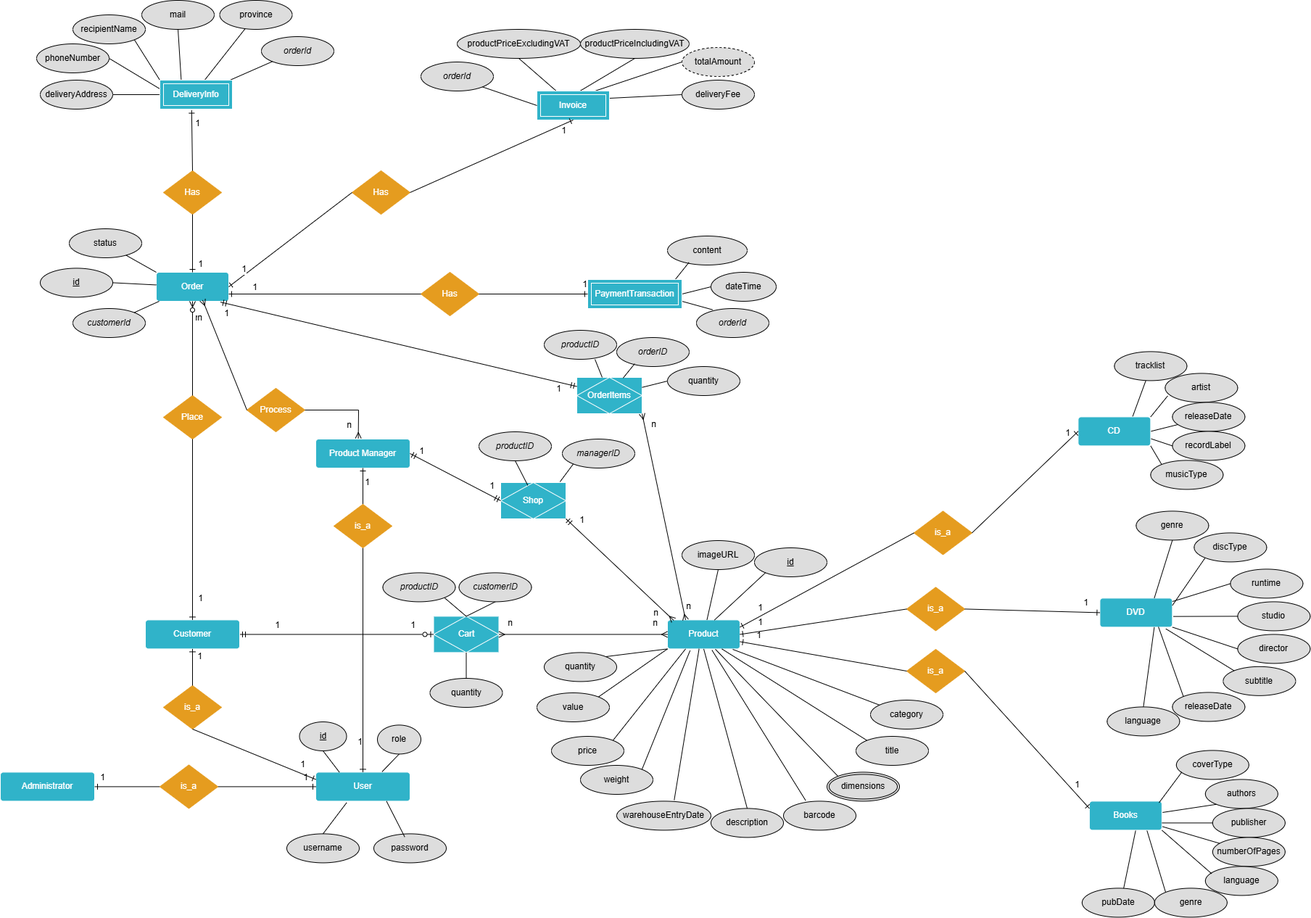
StrongDZ/ISD.ICT.20242-07 keeps this draw.io diagram as Database Design/Entity Relationship Diagram/AIMS ERD.drawio.png. Above is the earlier version. Source tidied: cells renumbered, new cells last; positions are measured from the earlier drawing's top-left corner, leaving out a move shared by most shapes.
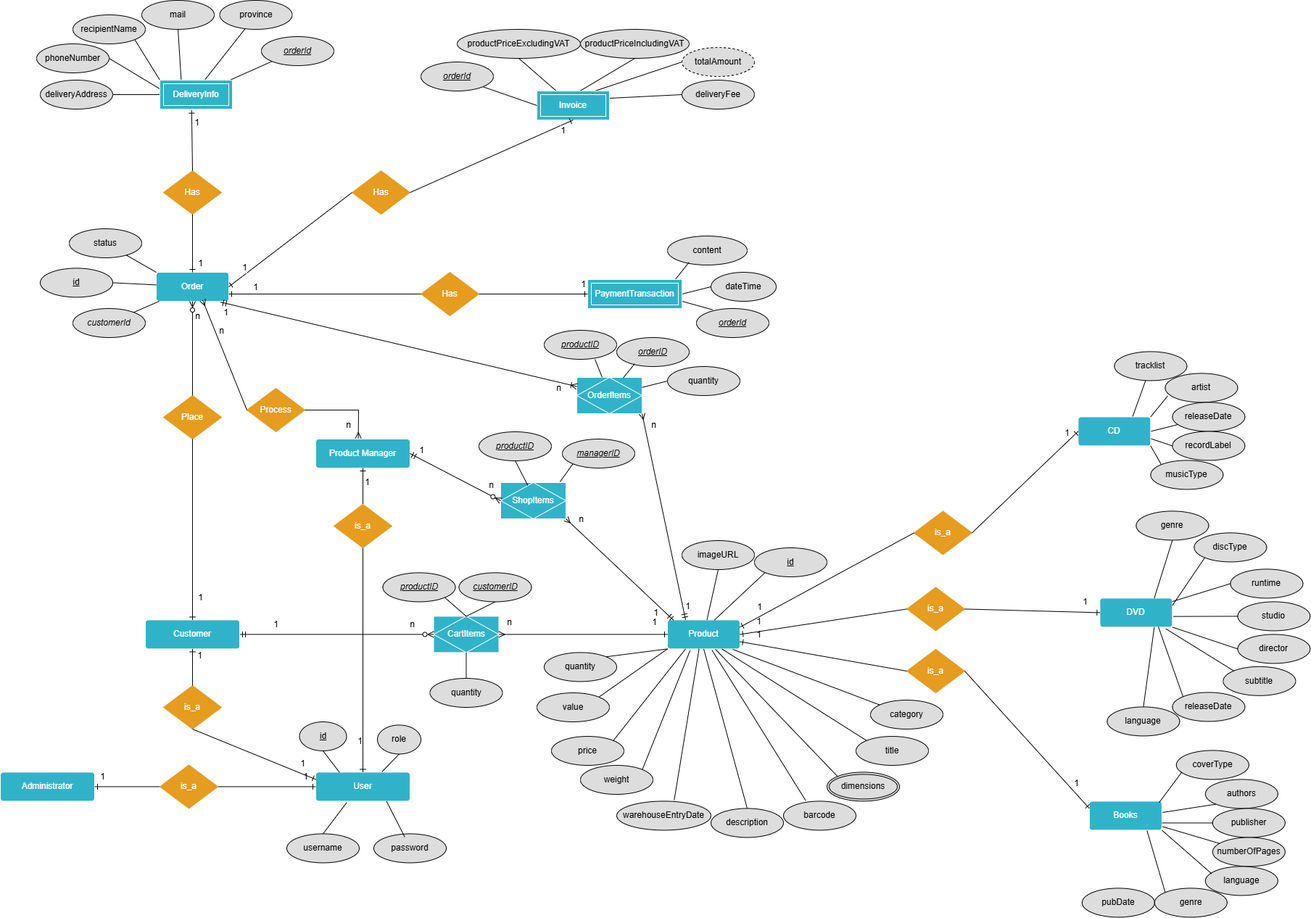
After the commit.

Commit message:
Entity Relationship Diagram

Diff of the diagram source:
```diff
@@ -32,9 +32,6 @@
     <mxCell id="11" style="edgeStyle=none;rounded=0;jettySize=auto;html=1;exitX=0.794;exitY=1.008;exitDx=0;exitDy=0;entryX=0;entryY=0;entryDx=0;entryDy=0;endArrow=none;startFill=0;exitPerimeter=0;" parent="1" edge="1" source="13" target="56">
       <mxGeometry relative="1" as="geometry" />
     </mxCell>
-    <mxCell id="12" style="edgeStyle=none;rounded=0;jettySize=auto;html=1;exitX=0.643;exitY=0.954;exitDx=0;exitDy=0;entryX=0.571;entryY=0.028;entryDx=0;entryDy=0;endArrow=none;startFill=0;entryPerimeter=0;exitPerimeter=0;" parent="1" edge="1" source="13" target="53">
-      <mxGeometry relative="1" as="geometry" />
-    </mxCell>
     <mxCell id="13" value="Books" style="rounded=1;arcSize=10;whiteSpace=wrap;html=1;align=center;strokeColor=#FFFFFF;fillColor=#30B3C9;fontColor=light-dark(#ffffff, #ededed);" parent="1" vertex="1">
       <mxGeometry x="1501.9" y="1104.4" width="100" height="40" as="geometry" />
     </mxCell>
@@ -205,7 +202,7 @@
     <mxCell id="68" value="province" style="ellipse;whiteSpace=wrap;html=1;align=center;fillColor=#DDDDDD;strokeColor=#000000;" parent="1" vertex="1">
       <mxGeometry x="302.5" width="100" height="40" as="geometry" />
     </mxCell>
-    <mxCell id="69" value="orderId" style="ellipse;whiteSpace=wrap;html=1;align=center;fillColor=#DDDDDD;strokeColor=#000000;fontStyle=2;" parent="1" vertex="1">
+    <mxCell id="69" value="orderId" style="ellipse;whiteSpace=wrap;html=1;align=center;fillColor=#DDDDDD;strokeColor=#000000;fontStyle=6;" parent="1" vertex="1">
       <mxGeometry x="360" y="50" width="100" height="40" as="geometry" />
     </mxCell>
     <mxCell id="70" style="edgeStyle=none;rounded=0;jettySize=auto;html=1;exitX=1;exitY=1;exitDx=0;exitDy=0;entryX=0.027;entryY=0.109;entryDx=0;entryDy=0;endArrow=none;startFill=0;entryPerimeter=0;" parent="1" edge="1" source="71" target="166">
@@ -298,7 +295,7 @@
     <mxCell id="98" value="dateTime" style="ellipse;whiteSpace=wrap;html=1;align=center;fillColor=#DDDDDD;strokeColor=#000000;" parent="1" vertex="1">
       <mxGeometry x="980" y="375" width="90" height="40" as="geometry" />
     </mxCell>
-    <mxCell id="99" value="orderId" style="ellipse;whiteSpace=wrap;html=1;align=center;fillColor=#DDDDDD;strokeColor=#000000;fontStyle=2;" parent="1" vertex="1">
+    <mxCell id="99" value="orderId" style="ellipse;whiteSpace=wrap;html=1;align=center;fillColor=#DDDDDD;strokeColor=#000000;fontStyle=6;" parent="1" vertex="1">
       <mxGeometry x="960" y="425" width="100" height="40" as="geometry" />
     </mxCell>
     <mxCell id="100" style="endArrow=none;html=1;rounded=0;entryX=0.27;entryY=0.908;entryDx=0;entryDy=0;entryPerimeter=0;exitX=0.91;exitY=0.076;exitDx=0;exitDy=0;exitPerimeter=0;" parent="1" edge="1" source="168" target="97">
@@ -310,7 +307,7 @@
     <mxCell id="102" style="endArrow=none;html=1;rounded=0;entryX=0.223;entryY=0.042;entryDx=0;entryDy=0;entryPerimeter=0;exitX=1;exitY=0.75;exitDx=0;exitDy=0;" parent="1" edge="1" source="168" target="99">
       <mxGeometry relative="1" as="geometry" />
     </mxCell>
-    <mxCell id="103" value="Cart" style="shape=associativeEntity;whiteSpace=wrap;html=1;align=center;strokeColor=#FFFFFF;fillColor=#30B3C9;fontColor=light-dark(#ffffff, #ededed);" parent="1" vertex="1">
+    <mxCell id="103" value="CartItems" style="shape=associativeEntity;whiteSpace=wrap;html=1;align=center;strokeColor=#FFFFFF;fillColor=#30B3C9;fontColor=light-dark(#ffffff, #ededed);" parent="1" vertex="1">
       <mxGeometry x="597.5" y="849.4" width="90" height="50" as="geometry" />
     </mxCell>
     <mxCell id="104" value="password" style="ellipse;whiteSpace=wrap;html=1;align=center;fillColor=#DDDDDD;strokeColor=#000000;" parent="1" vertex="1">
@@ -331,13 +328,13 @@
     <mxCell id="109" style="edgeStyle=none;rounded=0;jettySize=auto;html=1;exitX=1;exitY=1;exitDx=0;exitDy=0;entryX=0;entryY=0.5;entryDx=0;entryDy=0;fontFamily=Helvetica;fontSize=12;fontColor=light-dark(#ffffff, #ededed);endArrow=none;startFill=0;" parent="1" edge="1" source="110" target="108">
       <mxGeometry relative="1" as="geometry" />
     </mxCell>
-    <mxCell id="110" value="orderId" style="ellipse;whiteSpace=wrap;html=1;align=center;fillColor=#DDDDDD;strokeColor=#000000;fontStyle=2;" parent="1" vertex="1">
+    <mxCell id="110" value="orderId" style="ellipse;whiteSpace=wrap;html=1;align=center;fillColor=#DDDDDD;strokeColor=#000000;fontStyle=6;" parent="1" vertex="1">
       <mxGeometry x="580" y="85" width="100" height="40" as="geometry" />
     </mxCell>
     <mxCell id="111" style="edgeStyle=none;rounded=0;orthogonalLoop=1;jettySize=auto;html=1;exitX=0.5;exitY=1;exitDx=0;exitDy=0;fontFamily=Helvetica;fontSize=12;fontColor=light-dark(#ffffff, #ededed);" parent="1" edge="1" source="104" target="104">
       <mxGeometry relative="1" as="geometry" />
     </mxCell>
-    <mxCell id="112" style="fontSize=12;html=1;endArrow=ERzeroToOne;startArrow=ERmandOne;rounded=0;fontFamily=Helvetica;fontColor=light-dark(#ffffff, #ededed);entryX=0;entryY=0.5;entryDx=0;entryDy=0;exitX=1;exitY=0.5;exitDx=0;exitDy=0;endFill=0;" parent="1" edge="1" source="127" target="103">
+    <mxCell id="112" style="fontSize=12;html=1;endArrow=ERzeroToMany;startArrow=ERmandOne;rounded=0;fontFamily=Helvetica;fontColor=light-dark(#ffffff, #ededed);entryX=0;entryY=0.5;entryDx=0;entryDy=0;exitX=1;exitY=0.5;exitDx=0;exitDy=0;endFill=0;" parent="1" edge="1" source="127" target="103">
       <mxGeometry relative="1" as="geometry" />
     </mxCell>
     <mxCell id="113" value="1" style="edgeLabel;html=1;align=center;verticalAlign=middle;strokeColor=#FFFFFF;fontFamily=Helvetica;fontSize=12;fontColor=light-dark(#000000,#EDEDED);fillColor=#30B3C9;" parent="112" vertex="1">
@@ -345,15 +342,15 @@
         <mxPoint x="-15" y="-15" as="offset" />
       </mxGeometry>
     </mxCell>
-    <mxCell id="114" value="1" style="edgeLabel;html=1;align=center;verticalAlign=middle;strokeColor=#FFFFFF;fontFamily=Helvetica;fontSize=12;fontColor=light-dark(#000000,#EDEDED);fillColor=#30B3C9;" parent="112" vertex="1">
+    <mxCell id="114" value="n" style="edgeLabel;html=1;align=center;verticalAlign=middle;strokeColor=#FFFFFF;fontFamily=Helvetica;fontSize=12;fontColor=light-dark(#000000,#EDEDED);fillColor=#30B3C9;" parent="112" vertex="1">
       <mxGeometry x="0.78" relative="1" as="geometry">
         <mxPoint y="-14" as="offset" />
       </mxGeometry>
     </mxCell>
-    <mxCell id="115" style="fontSize=12;html=1;endArrow=ERmany;endFill=0;startArrow=ERmany;rounded=0;fontFamily=Helvetica;fontColor=light-dark(#ffffff, #ededed);startFill=0;exitX=1;exitY=0.5;exitDx=0;exitDy=0;entryX=0;entryY=0.5;entryDx=0;entryDy=0;" parent="1" edge="1" source="103" target="3">
+    <mxCell id="115" style="fontSize=12;html=1;endArrow=ERone;endFill=0;startArrow=ERmany;rounded=0;fontFamily=Helvetica;fontColor=light-dark(#ffffff, #ededed);startFill=0;exitX=1;exitY=0.5;exitDx=0;exitDy=0;entryX=0;entryY=0.5;entryDx=0;entryDy=0;" parent="1" edge="1" source="103" target="3">
       <mxGeometry relative="1" as="geometry" />
     </mxCell>
-    <mxCell id="116" value="n" style="edgeLabel;html=1;align=center;verticalAlign=middle;strokeColor=#FFFFFF;fontFamily=Helvetica;fontSize=12;fontColor=light-dark(#000000,#EDEDED);fillColor=#30B3C9;" parent="115" vertex="1">
+    <mxCell id="116" value="1" style="edgeLabel;html=1;align=center;verticalAlign=middle;strokeColor=#FFFFFF;fontFamily=Helvetica;fontSize=12;fontColor=light-dark(#000000,#EDEDED);fillColor=#30B3C9;" parent="115" vertex="1">
       <mxGeometry x="0.42" y="1" relative="1" as="geometry">
         <mxPoint x="48" y="-16" as="offset" />
       </mxGeometry>
@@ -366,13 +363,13 @@
     <mxCell id="118" style="edgeStyle=none;rounded=0;jettySize=auto;html=1;exitX=1;exitY=1;exitDx=0;exitDy=0;entryX=0.5;entryY=0;entryDx=0;entryDy=0;fontFamily=Helvetica;fontSize=12;fontColor=light-dark(#ffffff, #ededed);endArrow=none;startFill=0;" parent="1" edge="1" source="119" target="103">
       <mxGeometry relative="1" as="geometry" />
     </mxCell>
-    <mxCell id="119" value="productID" style="ellipse;whiteSpace=wrap;html=1;align=center;fillColor=#DDDDDD;strokeColor=#000000;fontStyle=2;" parent="1" vertex="1">
+    <mxCell id="119" value="productID" style="ellipse;whiteSpace=wrap;html=1;align=center;fillColor=#DDDDDD;strokeColor=#000000;fontStyle=6;" parent="1" vertex="1">
       <mxGeometry x="527.5" y="789.4" width="100" height="40" as="geometry" />
     </mxCell>
     <mxCell id="120" style="edgeStyle=none;rounded=0;jettySize=auto;html=1;exitX=0.5;exitY=1;exitDx=0;exitDy=0;entryX=0.5;entryY=0;entryDx=0;entryDy=0;fontFamily=Helvetica;fontSize=12;fontColor=light-dark(#ffffff, #ededed);endArrow=none;startFill=0;" parent="1" edge="1" source="121" target="103">
       <mxGeometry relative="1" as="geometry" />
     </mxCell>
-    <mxCell id="121" value="customerID" style="ellipse;whiteSpace=wrap;html=1;align=center;fillColor=#DDDDDD;strokeColor=#000000;fontStyle=2;" parent="1" vertex="1">
+    <mxCell id="121" value="customerID" style="ellipse;whiteSpace=wrap;html=1;align=center;fillColor=#DDDDDD;strokeColor=#000000;fontStyle=6;" parent="1" vertex="1">
       <mxGeometry x="632.5" y="789.4" width="100" height="40" as="geometry" />
     </mxCell>
     <mxCell id="122" style="edgeStyle=none;rounded=0;jettySize=auto;html=1;exitX=0.5;exitY=0;exitDx=0;exitDy=0;entryX=0.5;entryY=1;entryDx=0;entryDy=0;fontFamily=Helvetica;fontSize=12;fontColor=light-dark(#ffffff, #ededed);endArrow=none;startFill=0;" parent="1" edge="1" source="123" target="103">
@@ -588,7 +585,7 @@
     </mxCell>
     <mxCell id="179" value="n" style="edgeLabel;html=1;align=center;verticalAlign=middle;strokeColor=#FFFFFF;fontFamily=Helvetica;fontSize=12;fontColor=light-dark(#000000,#EDEDED);fillColor=#30B3C9;" parent="178" vertex="1">
       <mxGeometry x="0.78" relative="1" as="geometry">
-        <mxPoint x="-12" y="7" as="offset" />
+        <mxPoint x="19" y="25" as="offset" />
       </mxGeometry>
     </mxCell>
     <mxCell id="180" style="fontSize=12;html=1;endArrow=ERmany;startArrow=none;rounded=0;fontFamily=Helvetica;fontColor=light-dark(#ffffff, #ededed);startFill=0;endFill=0;entryX=0.451;entryY=-0.026;entryDx=0;entryDy=0;exitX=1;exitY=0.5;exitDx=0;exitDy=0;entryPerimeter=0;" parent="1" edge="1" source="177" target="128">
@@ -609,10 +606,10 @@
     <mxCell id="183" style="edgeStyle=none;rounded=0;jettySize=auto;html=1;exitX=0.7;exitY=1;exitDx=0;exitDy=0;fontFamily=Helvetica;fontSize=12;fontColor=light-dark(#ffffff, #ededed);endArrow=none;startFill=0;exitPerimeter=0;" parent="1" edge="1" source="184" target="182">
       <mxGeometry relative="1" as="geometry" />
     </mxCell>
-    <mxCell id="184" value="productID" style="ellipse;whiteSpace=wrap;html=1;align=center;fillColor=#DDDDDD;strokeColor=#000000;fontStyle=2;" parent="1" vertex="1">
+    <mxCell id="184" value="productID" style="ellipse;whiteSpace=wrap;html=1;align=center;fillColor=#DDDDDD;strokeColor=#000000;fontStyle=6;" parent="1" vertex="1">
       <mxGeometry x="750" y="455" width="100" height="40" as="geometry" />
     </mxCell>
-    <mxCell id="185" value="orderID" style="ellipse;whiteSpace=wrap;html=1;align=center;fillColor=#DDDDDD;strokeColor=#000000;fontStyle=2;" parent="1" vertex="1">
+    <mxCell id="185" value="orderID" style="ellipse;whiteSpace=wrap;html=1;align=center;fillColor=#DDDDDD;strokeColor=#000000;fontStyle=6;" parent="1" vertex="1">
       <mxGeometry x="850" y="465" width="100" height="40" as="geometry" />
     </mxCell>
     <mxCell id="186" style="edgeStyle=none;rounded=0;jettySize=auto;html=1;exitX=0;exitY=0.5;exitDx=0;exitDy=0;fontFamily=Helvetica;fontSize=12;fontColor=light-dark(#ffffff, #ededed);endArrow=none;startFill=0;" parent="1" edge="1" source="187" target="182">
@@ -624,13 +621,13 @@
     <mxCell id="188" style="edgeStyle=none;rounded=0;jettySize=auto;html=1;exitX=0.248;exitY=0.903;exitDx=0;exitDy=0;entryX=0.71;entryY=0.016;entryDx=0;entryDy=0;entryPerimeter=0;fontFamily=Helvetica;fontSize=12;fontColor=light-dark(#ffffff, #ededed);endArrow=none;startFill=0;exitPerimeter=0;" parent="1" edge="1" source="185" target="182">
       <mxGeometry relative="1" as="geometry" />
     </mxCell>
-    <mxCell id="189" value="Shop" style="shape=associativeEntity;whiteSpace=wrap;html=1;align=center;strokeColor=#FFFFFF;fillColor=#30B3C9;fontColor=light-dark(#ffffff, #ededed);" parent="1" vertex="1">
+    <mxCell id="189" value="ShopItems" style="shape=associativeEntity;whiteSpace=wrap;html=1;align=center;strokeColor=#FFFFFF;fillColor=#30B3C9;fontColor=light-dark(#ffffff, #ededed);" parent="1" vertex="1">
       <mxGeometry x="690" y="665" width="90" height="50" as="geometry" />
     </mxCell>
-    <mxCell id="190" value="productID" style="ellipse;whiteSpace=wrap;html=1;align=center;fillColor=#DDDDDD;strokeColor=#000000;fontStyle=2;" parent="1" vertex="1">
+    <mxCell id="190" value="productID" style="ellipse;whiteSpace=wrap;html=1;align=center;fillColor=#DDDDDD;strokeColor=#000000;fontStyle=6;" parent="1" vertex="1">
       <mxGeometry x="660" y="595" width="100" height="40" as="geometry" />
     </mxCell>
-    <mxCell id="191" value="managerID" style="ellipse;whiteSpace=wrap;html=1;align=center;fillColor=#DDDDDD;strokeColor=#000000;fontStyle=2;" parent="1" vertex="1">
+    <mxCell id="191" value="managerID" style="ellipse;whiteSpace=wrap;html=1;align=center;fillColor=#DDDDDD;strokeColor=#000000;fontStyle=6;" parent="1" vertex="1">
       <mxGeometry x="775" y="605" width="100" height="40" as="geometry" />
     </mxCell>
     <mxCell id="192" style="edgeStyle=none;rounded=0;jettySize=auto;html=1;entryX=0.415;entryY=0.076;entryDx=0;entryDy=0;entryPerimeter=0;fontFamily=Helvetica;fontSize=12;fontColor=light-dark(#ffffff, #ededed);endArrow=none;startFill=0;" parent="1" edge="1" target="189">
@@ -641,7 +638,7 @@
     <mxCell id="193" style="edgeStyle=none;rounded=0;jettySize=auto;html=1;exitX=0;exitY=1;exitDx=0;exitDy=0;entryX=0.909;entryY=-0.021;entryDx=0;entryDy=0;entryPerimeter=0;fontFamily=Helvetica;fontSize=12;fontColor=light-dark(#ffffff, #ededed);endArrow=none;startFill=0;" parent="1" edge="1" source="191" target="189">
       <mxGeometry relative="1" as="geometry" />
     </mxCell>
-    <mxCell id="194" style="fontSize=12;html=1;endArrow=ERmandOne;startArrow=ERmandOne;rounded=0;fontFamily=Helvetica;fontColor=light-dark(#ffffff, #ededed);entryX=0;entryY=0.5;entryDx=0;entryDy=0;exitX=1;exitY=0.5;exitDx=0;exitDy=0;endFill=0;" parent="1" edge="1" source="128" target="189">
+    <mxCell id="194" style="fontSize=12;html=1;endArrow=ERzeroToMany;startArrow=ERmandOne;rounded=0;fontFamily=Helvetica;fontColor=light-dark(#ffffff, #ededed);entryX=0;entryY=0.5;entryDx=0;entryDy=0;exitX=1;exitY=0.5;exitDx=0;exitDy=0;endFill=0;" parent="1" edge="1" source="128" target="189">
       <mxGeometry relative="1" as="geometry" />
     </mxCell>
     <mxCell id="195" value="1" style="edgeLabel;html=1;align=center;verticalAlign=middle;strokeColor=#FFFFFF;fontFamily=Helvetica;fontSize=12;fontColor=light-dark(#000000,#EDEDED);fillColor=#30B3C9;" parent="194" vertex="1">
@@ -649,25 +646,25 @@
         <mxPoint x="-15" y="-21" as="offset" />
       </mxGeometry>
     </mxCell>
-    <mxCell id="196" value="1" style="edgeLabel;html=1;align=center;verticalAlign=middle;strokeColor=#FFFFFF;fontFamily=Helvetica;fontSize=12;fontColor=light-dark(#000000,#EDEDED);fillColor=#30B3C9;" parent="194" vertex="1">
+    <mxCell id="196" value="n" style="edgeLabel;html=1;align=center;verticalAlign=middle;strokeColor=#FFFFFF;fontFamily=Helvetica;fontSize=12;fontColor=light-dark(#000000,#EDEDED);fillColor=#30B3C9;" parent="194" vertex="1">
       <mxGeometry x="0.78" relative="1" as="geometry">
         <mxPoint y="-14" as="offset" />
       </mxGeometry>
     </mxCell>
-    <mxCell id="197" style="fontSize=12;html=1;endArrow=ERmany;startArrow=ERmandOne;rounded=0;fontFamily=Helvetica;fontColor=light-dark(#000000,#EDEDED);startFill=0;endFill=0;exitX=1;exitY=1;exitDx=0;exitDy=0;entryX=0.085;entryY=0.014;entryDx=0;entryDy=0;entryPerimeter=0;" parent="1" edge="1" source="189" target="3">
+    <mxCell id="197" style="fontSize=12;html=1;endArrow=ERmandOne;startArrow=ERmany;rounded=0;fontFamily=Helvetica;fontColor=light-dark(#000000,#EDEDED);startFill=0;endFill=0;exitX=1;exitY=1;exitDx=0;exitDy=0;entryX=0.085;entryY=0.014;entryDx=0;entryDy=0;entryPerimeter=0;" parent="1" edge="1" source="189" target="3">
       <mxGeometry relative="1" as="geometry" />
     </mxCell>
-    <mxCell id="198" value="1" style="edgeLabel;html=1;align=center;verticalAlign=middle;strokeColor=#FFFFFF;fontFamily=Helvetica;fontSize=12;fontColor=light-dark(#000000,#EDEDED);fillColor=#30B3C9;" parent="197" vertex="1">
+    <mxCell id="198" value="n" style="edgeLabel;html=1;align=center;verticalAlign=middle;strokeColor=#FFFFFF;fontFamily=Helvetica;fontSize=12;fontColor=light-dark(#000000,#EDEDED);fillColor=#30B3C9;" parent="197" vertex="1">
       <mxGeometry x="-0.48" y="2" relative="1" as="geometry">
         <mxPoint x="-20" y="-35" as="offset" />
       </mxGeometry>
     </mxCell>
-    <mxCell id="199" value="n" style="edgeLabel;html=1;align=center;verticalAlign=middle;strokeColor=#FFFFFF;fontFamily=Helvetica;fontSize=12;fontColor=light-dark(#000000,#EDEDED);fillColor=#30B3C9;" parent="197" vertex="1">
+    <mxCell id="199" value="1" style="edgeLabel;html=1;align=center;verticalAlign=middle;strokeColor=#FFFFFF;fontFamily=Helvetica;fontSize=12;fontColor=light-dark(#000000,#EDEDED);fillColor=#30B3C9;" parent="197" vertex="1">
       <mxGeometry x="0.52" y="3" relative="1" as="geometry">
         <mxPoint x="8" y="25" as="offset" />
       </mxGeometry>
     </mxCell>
-    <mxCell id="200" style="fontSize=12;html=1;endArrow=ERmandOne;startArrow=ERmandOne;rounded=0;fontFamily=Helvetica;fontColor=light-dark(#ffffff, #ededed);entryX=0;entryY=0.25;entryDx=0;entryDy=0;exitX=0.885;exitY=1.028;exitDx=0;exitDy=0;endFill=0;exitPerimeter=0;" parent="1" edge="1" source="2" target="182">
+    <mxCell id="200" style="fontSize=12;html=1;endArrow=ERoneToMany;startArrow=ERmandOne;rounded=0;fontFamily=Helvetica;fontColor=light-dark(#ffffff, #ededed);entryX=0;entryY=0.25;entryDx=0;entryDy=0;exitX=0.885;exitY=1.028;exitDx=0;exitDy=0;endFill=0;exitPerimeter=0;" parent="1" edge="1" source="2" target="182">
       <mxGeometry relative="1" as="geometry" />
     </mxCell>
     <mxCell id="201" value="1" style="edgeLabel;html=1;align=center;verticalAlign=middle;strokeColor=#FFFFFF;fontFamily=Helvetica;fontSize=12;fontColor=light-dark(#000000,#EDEDED);fillColor=#30B3C9;" parent="200" vertex="1">
@@ -675,15 +672,15 @@
         <mxPoint x="-112" y="-15" as="offset" />
       </mxGeometry>
     </mxCell>
-    <mxCell id="202" value="1" style="edgeLabel;html=1;align=center;verticalAlign=middle;strokeColor=#FFFFFF;fontFamily=Helvetica;fontSize=12;fontColor=light-dark(#000000,#EDEDED);fillColor=#30B3C9;" parent="200" vertex="1">
+    <mxCell id="202" value="n" style="edgeLabel;html=1;align=center;verticalAlign=middle;strokeColor=#FFFFFF;fontFamily=Helvetica;fontSize=12;fontColor=light-dark(#000000,#EDEDED);fillColor=#30B3C9;" parent="200" vertex="1">
       <mxGeometry x="0.78" relative="1" as="geometry">
         <mxPoint x="29" y="15" as="offset" />
       </mxGeometry>
     </mxCell>
-    <mxCell id="203" style="fontSize=12;html=1;endArrow=ERmany;endFill=0;startArrow=ERmany;rounded=0;fontFamily=Helvetica;fontColor=light-dark(#ffffff, #ededed);startFill=0;exitX=1;exitY=1;exitDx=0;exitDy=0;entryX=0.25;entryY=0;entryDx=0;entryDy=0;" parent="1" edge="1" source="182" target="3">
+    <mxCell id="203" style="fontSize=12;html=1;endArrow=ERmandOne;endFill=0;startArrow=ERmany;rounded=0;fontFamily=Helvetica;fontColor=light-dark(#ffffff, #ededed);startFill=0;exitX=1;exitY=1;exitDx=0;exitDy=0;entryX=0.25;entryY=0;entryDx=0;entryDy=0;" parent="1" edge="1" source="182" target="3">
       <mxGeometry relative="1" as="geometry" />
     </mxCell>
-    <mxCell id="204" value="n" style="edgeLabel;html=1;align=center;verticalAlign=middle;strokeColor=#FFFFFF;fontFamily=Helvetica;fontSize=12;fontColor=light-dark(#000000,#EDEDED);fillColor=#30B3C9;" parent="203" vertex="1">
+    <mxCell id="204" value="1" style="edgeLabel;html=1;align=center;verticalAlign=middle;strokeColor=#FFFFFF;fontFamily=Helvetica;fontSize=12;fontColor=light-dark(#000000,#EDEDED);fillColor=#30B3C9;" parent="203" vertex="1">
       <mxGeometry x="0.42" y="1" relative="1" as="geometry">
         <mxPoint x="19" y="63" as="offset" />
       </mxGeometry>
```
